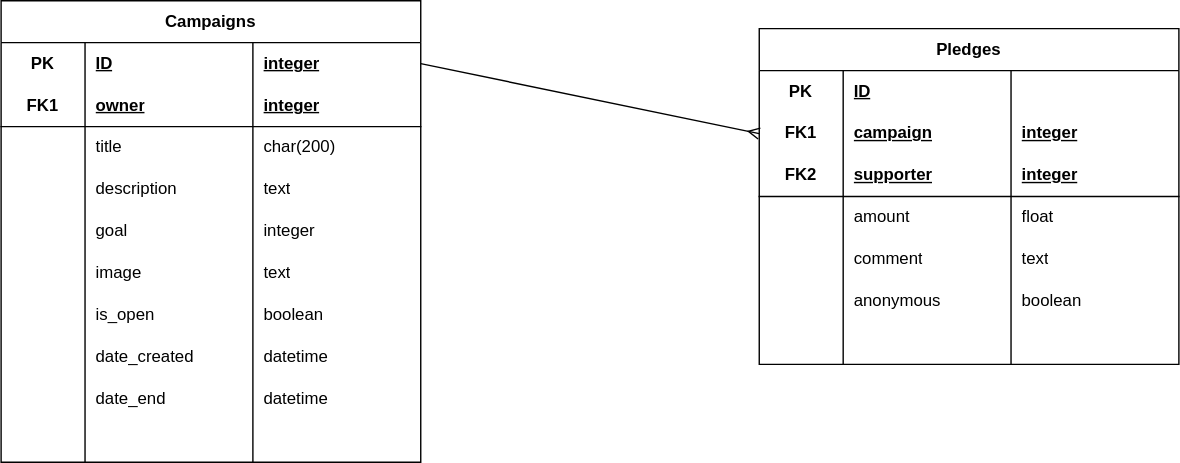
Before: database.drawio.svg, a diagram exported from draw.io (gudetamago/crowdfunding_backend). Source tidied: cells renumbered, new cells last; positions are measured from the earlier drawing's top-left corner, leaving out a move shared by most shapes.
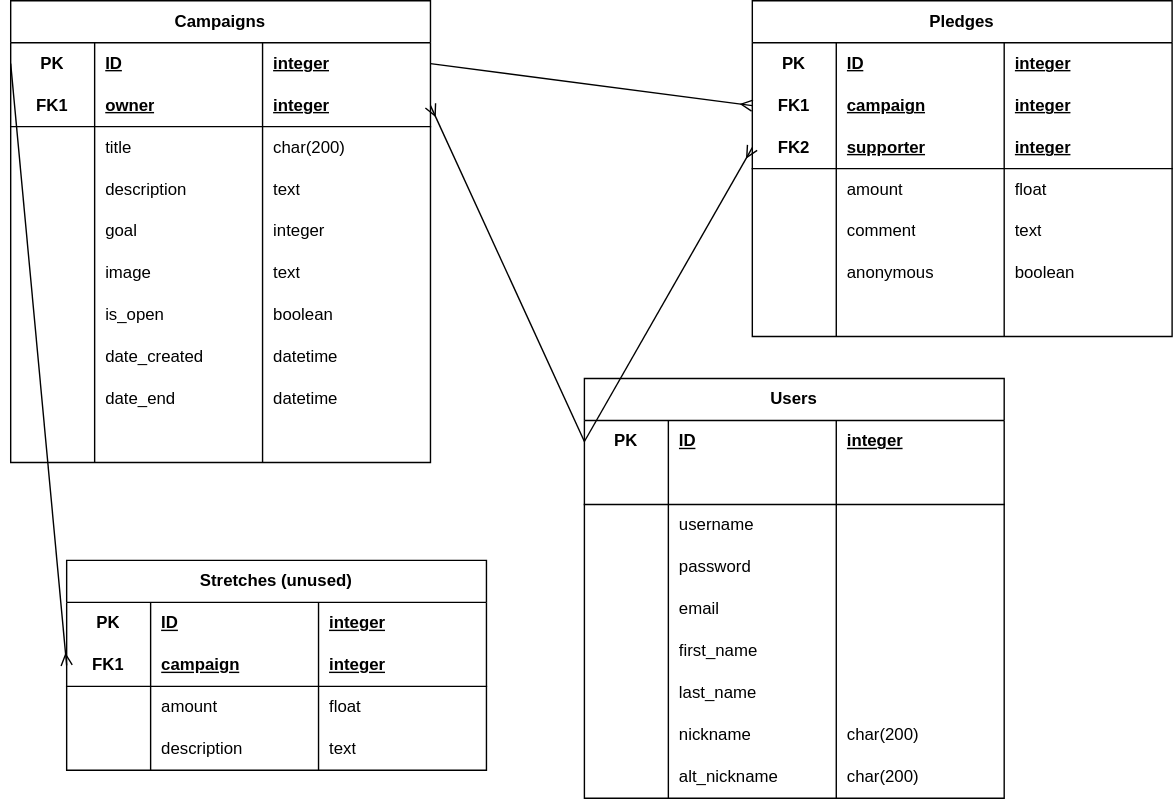
The same diagram one commit later.

Commit message:
Updated database drawing and README

What changed in the source:
```diff
@@ -3,7 +3,7 @@
     <mxCell id="0" />
     <mxCell id="1" parent="0" />
     <mxCell id="2" value="Campaigns" style="shape=table;startSize=30;rowLines=0;fontStyle=1;align=center;html=1;whiteSpace=wrap;" parent="1" vertex="1">
-      <mxGeometry width="300" height="330" as="geometry" />
+      <mxGeometry x="-8" y="-10" width="300" height="330" as="geometry" />
     </mxCell>
     <mxCell id="3" style="shape=tableRow;horizontal=0;startSize=0;swimlaneHead=0;swimlaneBody=0;fillColor=none;points=[[0,0.5],[1,0.5]];portConstraint=eastwest;top=0;left=0;right=0;bottom=0;html=1;" parent="2" vertex="1">
       <mxGeometry y="30" width="300" height="30" as="geometry" />
@@ -126,7 +126,7 @@
       <mxGeometry x="180" width="120" height="30" as="geometry" />
     </mxCell>
     <mxCell id="43" value="Pledges" style="shape=table;startSize=30;rowLines=0;fontStyle=1;align=center;html=1;whiteSpace=wrap;" parent="1" vertex="1">
-      <mxGeometry x="542" y="20" width="300" height="240" as="geometry" />
+      <mxGeometry x="522" y="-10" width="300" height="240" as="geometry" />
     </mxCell>
     <mxCell id="44" style="shape=tableRow;horizontal=0;startSize=0;swimlaneHead=0;swimlaneBody=0;fillColor=none;top=0;left=0;right=0;bottom=0;html=1;" parent="43" vertex="1">
       <mxGeometry y="30" width="300" height="30" as="geometry" />
@@ -137,7 +137,7 @@
     <mxCell id="46" value="ID" style="shape=partialRectangle;fillColor=none;top=0;left=0;bottom=0;right=0;align=left;spacingLeft=6;fontStyle=5;overflow=hidden;html=1;whiteSpace=wrap;" parent="44" vertex="1">
       <mxGeometry x="60" width="120" height="30" as="geometry" />
     </mxCell>
-    <mxCell id="47" style="shape=partialRectangle;fillColor=none;top=0;left=0;bottom=0;right=0;align=left;spacingLeft=6;fontStyle=5;overflow=hidden;html=1;whiteSpace=wrap;" parent="44" vertex="1">
+    <mxCell id="47" value="integer" style="shape=partialRectangle;fillColor=none;top=0;left=0;bottom=0;right=0;align=left;spacingLeft=6;fontStyle=5;overflow=hidden;html=1;whiteSpace=wrap;" parent="44" vertex="1">
       <mxGeometry x="180" width="120" height="30" as="geometry" />
     </mxCell>
     <mxCell id="48" style="shape=tableRow;horizontal=0;startSize=0;swimlaneHead=0;swimlaneBody=0;fillColor=none;points=[[0,0.5],[1,0.5]];portConstraint=eastwest;top=0;left=0;right=0;bottom=0;html=1;" parent="43" vertex="1">
@@ -215,5 +215,176 @@
     <mxCell id="72" style="edgeStyle=none;html=1;entryX=0;entryY=0.5;entryDx=0;entryDy=0;exitX=1;exitY=0.5;exitDx=0;exitDy=0;endArrow=ERmany;endFill=0;" parent="1" edge="1" source="3" target="48">
       <mxGeometry relative="1" as="geometry" />
     </mxCell>
+    <mxCell id="73" value="Users" style="shape=table;startSize=30;rowLines=0;fontStyle=1;align=center;html=1;whiteSpace=wrap;" parent="1" vertex="1">
+      <mxGeometry x="402" y="260" width="300" height="300" as="geometry" />
+    </mxCell>
+    <mxCell id="74" style="shape=tableRow;horizontal=0;startSize=0;swimlaneHead=0;swimlaneBody=0;fillColor=none;points=[[0,0.5],[1,0.5]];portConstraint=eastwest;top=0;left=0;right=0;bottom=0;html=1;" parent="73" vertex="1">
+      <mxGeometry y="30" width="300" height="30" as="geometry" />
+    </mxCell>
+    <mxCell id="75" value="PK" style="shape=partialRectangle;fillColor=none;top=0;left=0;bottom=0;right=0;fontStyle=1;overflow=hidden;html=1;whiteSpace=wrap;" parent="74" vertex="1">
+      <mxGeometry width="60" height="30" as="geometry" />
+    </mxCell>
+    <mxCell id="76" value="ID" style="shape=partialRectangle;fillColor=none;top=0;left=0;bottom=0;right=0;align=left;spacingLeft=6;fontStyle=5;overflow=hidden;html=1;whiteSpace=wrap;" parent="74" vertex="1">
+      <mxGeometry x="60" width="120" height="30" as="geometry" />
+    </mxCell>
+    <mxCell id="77" value="integer" style="shape=partialRectangle;fillColor=none;top=0;left=0;bottom=0;right=0;align=left;spacingLeft=6;fontStyle=5;overflow=hidden;html=1;whiteSpace=wrap;" parent="74" vertex="1">
+      <mxGeometry x="180" width="120" height="30" as="geometry" />
+    </mxCell>
+    <mxCell id="78" style="shape=tableRow;horizontal=0;startSize=0;swimlaneHead=0;swimlaneBody=0;fillColor=none;top=0;left=0;right=0;bottom=1;html=1;" parent="73" vertex="1">
+      <mxGeometry y="60" width="300" height="30" as="geometry" />
+    </mxCell>
+    <mxCell id="79" style="shape=partialRectangle;fillColor=none;top=0;left=0;bottom=0;right=0;fontStyle=1;overflow=hidden;html=1;whiteSpace=wrap;" parent="78" vertex="1">
+      <mxGeometry width="60" height="30" as="geometry" />
+    </mxCell>
+    <mxCell id="80" style="shape=partialRectangle;fillColor=none;top=0;left=0;bottom=0;right=0;align=left;spacingLeft=6;fontStyle=5;overflow=hidden;html=1;whiteSpace=wrap;" parent="78" vertex="1">
+      <mxGeometry x="60" width="120" height="30" as="geometry" />
+    </mxCell>
+    <mxCell id="81" style="shape=partialRectangle;fillColor=none;top=0;left=0;bottom=0;right=0;align=left;spacingLeft=6;fontStyle=5;overflow=hidden;html=1;whiteSpace=wrap;" parent="78" vertex="1">
+      <mxGeometry x="180" width="120" height="30" as="geometry" />
+    </mxCell>
+    <mxCell id="82" style="shape=tableRow;horizontal=0;startSize=0;swimlaneHead=0;swimlaneBody=0;fillColor=none;top=0;left=0;right=0;bottom=0;html=1;" parent="73" vertex="1">
+      <mxGeometry y="90" width="300" height="30" as="geometry" />
+    </mxCell>
+    <mxCell id="83" style="shape=partialRectangle;fillColor=none;top=0;left=0;bottom=0;right=0;overflow=hidden;html=1;whiteSpace=wrap;" parent="82" vertex="1">
+      <mxGeometry width="60" height="30" as="geometry" />
+    </mxCell>
+    <mxCell id="84" value="username" style="shape=partialRectangle;fillColor=none;top=0;left=0;bottom=0;right=0;align=left;spacingLeft=6;overflow=hidden;html=1;whiteSpace=wrap;" parent="82" vertex="1">
+      <mxGeometry x="60" width="120" height="30" as="geometry" />
+    </mxCell>
+    <mxCell id="85" style="shape=partialRectangle;fillColor=none;top=0;left=0;bottom=0;right=0;align=left;spacingLeft=6;overflow=hidden;html=1;whiteSpace=wrap;" parent="82" vertex="1">
+      <mxGeometry x="180" width="120" height="30" as="geometry" />
+    </mxCell>
+    <mxCell id="86" style="shape=tableRow;horizontal=0;startSize=0;swimlaneHead=0;swimlaneBody=0;fillColor=none;top=0;left=0;right=0;bottom=0;html=1;" parent="73" vertex="1">
+      <mxGeometry y="120" width="300" height="30" as="geometry" />
+    </mxCell>
+    <mxCell id="87" style="shape=partialRectangle;fillColor=none;top=0;left=0;bottom=0;right=0;overflow=hidden;html=1;whiteSpace=wrap;" parent="86" vertex="1">
+      <mxGeometry width="60" height="30" as="geometry" />
+    </mxCell>
+    <mxCell id="88" value="password" style="shape=partialRectangle;fillColor=none;top=0;left=0;bottom=0;right=0;align=left;spacingLeft=6;overflow=hidden;html=1;whiteSpace=wrap;" parent="86" vertex="1">
+      <mxGeometry x="60" width="120" height="30" as="geometry" />
+    </mxCell>
+    <mxCell id="89" style="shape=partialRectangle;fillColor=none;top=0;left=0;bottom=0;right=0;align=left;spacingLeft=6;overflow=hidden;html=1;whiteSpace=wrap;" parent="86" vertex="1">
+      <mxGeometry x="180" width="120" height="30" as="geometry" />
+    </mxCell>
+    <mxCell id="90" style="shape=tableRow;horizontal=0;startSize=0;swimlaneHead=0;swimlaneBody=0;fillColor=none;top=0;left=0;right=0;bottom=0;html=1;" parent="73" vertex="1">
+      <mxGeometry y="150" width="300" height="30" as="geometry" />
+    </mxCell>
+    <mxCell id="91" style="shape=partialRectangle;fillColor=none;top=0;left=0;bottom=0;right=0;overflow=hidden;html=1;whiteSpace=wrap;" parent="90" vertex="1">
+      <mxGeometry width="60" height="30" as="geometry" />
+    </mxCell>
+    <mxCell id="92" value="email" style="shape=partialRectangle;fillColor=none;top=0;left=0;bottom=0;right=0;align=left;spacingLeft=6;overflow=hidden;html=1;whiteSpace=wrap;" parent="90" vertex="1">
+      <mxGeometry x="60" width="120" height="30" as="geometry" />
+    </mxCell>
+    <mxCell id="93" style="shape=partialRectangle;fillColor=none;top=0;left=0;bottom=0;right=0;align=left;spacingLeft=6;overflow=hidden;html=1;whiteSpace=wrap;" parent="90" vertex="1">
+      <mxGeometry x="180" width="120" height="30" as="geometry" />
+    </mxCell>
+    <mxCell id="94" style="shape=tableRow;horizontal=0;startSize=0;swimlaneHead=0;swimlaneBody=0;fillColor=none;top=0;left=0;right=0;bottom=0;html=1;" parent="73" vertex="1">
+      <mxGeometry y="180" width="300" height="30" as="geometry" />
+    </mxCell>
+    <mxCell id="95" style="shape=partialRectangle;fillColor=none;top=0;left=0;bottom=0;right=0;overflow=hidden;html=1;whiteSpace=wrap;" parent="94" vertex="1">
+      <mxGeometry width="60" height="30" as="geometry" />
+    </mxCell>
+    <mxCell id="96" value="first_name" style="shape=partialRectangle;fillColor=none;top=0;left=0;bottom=0;right=0;align=left;spacingLeft=6;overflow=hidden;html=1;whiteSpace=wrap;" parent="94" vertex="1">
+      <mxGeometry x="60" width="120" height="30" as="geometry" />
+    </mxCell>
+    <mxCell id="97" style="shape=partialRectangle;fillColor=none;top=0;left=0;bottom=0;right=0;align=left;spacingLeft=6;overflow=hidden;html=1;whiteSpace=wrap;" parent="94" vertex="1">
+      <mxGeometry x="180" width="120" height="30" as="geometry" />
+    </mxCell>
+    <mxCell id="98" style="shape=tableRow;horizontal=0;startSize=0;swimlaneHead=0;swimlaneBody=0;fillColor=none;top=0;left=0;right=0;bottom=0;html=1;" parent="73" vertex="1">
+      <mxGeometry y="210" width="300" height="30" as="geometry" />
+    </mxCell>
+    <mxCell id="99" style="shape=partialRectangle;fillColor=none;top=0;left=0;bottom=0;right=0;overflow=hidden;html=1;whiteSpace=wrap;" parent="98" vertex="1">
+      <mxGeometry width="60" height="30" as="geometry" />
+    </mxCell>
+    <mxCell id="100" value="last_name" style="shape=partialRectangle;fillColor=none;top=0;left=0;bottom=0;right=0;align=left;spacingLeft=6;overflow=hidden;html=1;whiteSpace=wrap;" parent="98" vertex="1">
+      <mxGeometry x="60" width="120" height="30" as="geometry" />
+    </mxCell>
+    <mxCell id="101" style="shape=partialRectangle;fillColor=none;top=0;left=0;bottom=0;right=0;align=left;spacingLeft=6;overflow=hidden;html=1;whiteSpace=wrap;" parent="98" vertex="1">
+      <mxGeometry x="180" width="120" height="30" as="geometry" />
+    </mxCell>
+    <mxCell id="102" style="shape=tableRow;horizontal=0;startSize=0;swimlaneHead=0;swimlaneBody=0;fillColor=none;top=0;left=0;right=0;bottom=0;html=1;" parent="73" vertex="1">
+      <mxGeometry y="240" width="300" height="30" as="geometry" />
+    </mxCell>
+    <mxCell id="103" style="shape=partialRectangle;fillColor=none;top=0;left=0;bottom=0;right=0;overflow=hidden;html=1;whiteSpace=wrap;" parent="102" vertex="1">
+      <mxGeometry width="60" height="30" as="geometry" />
+    </mxCell>
+    <mxCell id="104" value="nickname" style="shape=partialRectangle;fillColor=none;top=0;left=0;bottom=0;right=0;align=left;spacingLeft=6;overflow=hidden;html=1;whiteSpace=wrap;" parent="102" vertex="1">
+      <mxGeometry x="60" width="120" height="30" as="geometry" />
+    </mxCell>
+    <mxCell id="105" value="char(200)" style="shape=partialRectangle;fillColor=none;top=0;left=0;bottom=0;right=0;align=left;spacingLeft=6;overflow=hidden;html=1;whiteSpace=wrap;" parent="102" vertex="1">
+      <mxGeometry x="180" width="120" height="30" as="geometry" />
+    </mxCell>
+    <mxCell id="106" style="shape=tableRow;horizontal=0;startSize=0;swimlaneHead=0;swimlaneBody=0;fillColor=none;top=0;left=0;right=0;bottom=0;html=1;" parent="73" vertex="1">
+      <mxGeometry y="270" width="300" height="30" as="geometry" />
+    </mxCell>
+    <mxCell id="107" style="shape=partialRectangle;fillColor=none;top=0;left=0;bottom=0;right=0;overflow=hidden;html=1;whiteSpace=wrap;" parent="106" vertex="1">
+      <mxGeometry width="60" height="30" as="geometry" />
+    </mxCell>
+    <mxCell id="108" value="alt_nickname" style="shape=partialRectangle;fillColor=none;top=0;left=0;bottom=0;right=0;align=left;spacingLeft=6;overflow=hidden;html=1;whiteSpace=wrap;" parent="106" vertex="1">
+      <mxGeometry x="60" width="120" height="30" as="geometry" />
+    </mxCell>
+    <mxCell id="109" value="char(200)" style="shape=partialRectangle;fillColor=none;top=0;left=0;bottom=0;right=0;align=left;spacingLeft=6;overflow=hidden;html=1;whiteSpace=wrap;" parent="106" vertex="1">
+      <mxGeometry x="180" width="120" height="30" as="geometry" />
+    </mxCell>
+    <mxCell id="110" style="edgeStyle=none;html=1;exitX=0;exitY=0.5;exitDx=0;exitDy=0;entryX=0;entryY=0.5;entryDx=0;entryDy=0;startArrow=ERmany;startFill=0;endArrow=none;endFill=0;" parent="1" edge="1" source="52" target="74">
+      <mxGeometry relative="1" as="geometry" />
+    </mxCell>
+    <mxCell id="111" style="edgeStyle=none;html=1;exitX=1;exitY=0.5;exitDx=0;exitDy=0;entryX=0;entryY=0.5;entryDx=0;entryDy=0;startArrow=ERmany;startFill=0;endArrow=none;endFill=0;" parent="1" edge="1" source="7" target="74">
+      <mxGeometry relative="1" as="geometry" />
+    </mxCell>
+    <mxCell id="112" value="Stretches (unused)" style="shape=table;startSize=30;rowLines=0;fontStyle=1;align=center;html=1;whiteSpace=wrap;" parent="1" vertex="1">
+      <mxGeometry x="32" y="390" width="300" height="150" as="geometry" />
+    </mxCell>
+    <mxCell id="113" style="shape=tableRow;horizontal=0;startSize=0;swimlaneHead=0;swimlaneBody=0;fillColor=none;top=0;left=0;right=0;bottom=0;html=1;" parent="112" vertex="1">
+      <mxGeometry y="30" width="300" height="30" as="geometry" />
+    </mxCell>
+    <mxCell id="114" value="PK" style="shape=partialRectangle;fillColor=none;top=0;left=0;bottom=0;right=0;fontStyle=1;overflow=hidden;html=1;whiteSpace=wrap;" parent="113" vertex="1">
+      <mxGeometry width="60" height="30" as="geometry" />
+    </mxCell>
+    <mxCell id="115" value="ID" style="shape=partialRectangle;fillColor=none;top=0;left=0;bottom=0;right=0;align=left;spacingLeft=6;fontStyle=5;overflow=hidden;html=1;whiteSpace=wrap;" parent="113" vertex="1">
+      <mxGeometry x="60" width="120" height="30" as="geometry" />
+    </mxCell>
+    <mxCell id="116" value="integer" style="shape=partialRectangle;fillColor=none;top=0;left=0;bottom=0;right=0;align=left;spacingLeft=6;fontStyle=5;overflow=hidden;html=1;whiteSpace=wrap;" parent="113" vertex="1">
+      <mxGeometry x="180" width="120" height="30" as="geometry" />
+    </mxCell>
+    <mxCell id="117" style="shape=tableRow;horizontal=0;startSize=0;swimlaneHead=0;swimlaneBody=0;fillColor=none;points=[[0,0.5],[1,0.5]];portConstraint=eastwest;top=0;left=0;right=0;bottom=1;html=1;" parent="112" vertex="1">
+      <mxGeometry y="60" width="300" height="30" as="geometry" />
+    </mxCell>
+    <mxCell id="118" value="FK1" style="shape=partialRectangle;fillColor=none;top=0;left=0;bottom=0;right=0;fontStyle=1;overflow=hidden;html=1;whiteSpace=wrap;" parent="117" vertex="1">
+      <mxGeometry width="60" height="30" as="geometry" />
+    </mxCell>
+    <mxCell id="119" value="campaign" style="shape=partialRectangle;fillColor=none;top=0;left=0;bottom=0;right=0;align=left;spacingLeft=6;fontStyle=5;overflow=hidden;html=1;whiteSpace=wrap;" parent="117" vertex="1">
+      <mxGeometry x="60" width="120" height="30" as="geometry" />
+    </mxCell>
+    <mxCell id="120" value="integer" style="shape=partialRectangle;fillColor=none;top=0;left=0;bottom=0;right=0;align=left;spacingLeft=6;fontStyle=5;overflow=hidden;html=1;whiteSpace=wrap;" parent="117" vertex="1">
+      <mxGeometry x="180" width="120" height="30" as="geometry" />
+    </mxCell>
+    <mxCell id="121" style="shape=tableRow;horizontal=0;startSize=0;swimlaneHead=0;swimlaneBody=0;fillColor=none;top=0;left=0;right=0;bottom=0;html=1;" parent="112" vertex="1">
+      <mxGeometry y="90" width="300" height="30" as="geometry" />
+    </mxCell>
+    <mxCell id="122" style="shape=partialRectangle;fillColor=none;top=0;left=0;bottom=0;right=0;overflow=hidden;html=1;whiteSpace=wrap;" parent="121" vertex="1">
+      <mxGeometry width="60" height="30" as="geometry" />
+    </mxCell>
+    <mxCell id="123" value="amount" style="shape=partialRectangle;fillColor=none;top=0;left=0;bottom=0;right=0;align=left;spacingLeft=6;overflow=hidden;html=1;whiteSpace=wrap;" parent="121" vertex="1">
+      <mxGeometry x="60" width="120" height="30" as="geometry" />
+    </mxCell>
+    <mxCell id="124" value="float" style="shape=partialRectangle;fillColor=none;top=0;left=0;bottom=0;right=0;align=left;spacingLeft=6;overflow=hidden;html=1;whiteSpace=wrap;" parent="121" vertex="1">
+      <mxGeometry x="180" width="120" height="30" as="geometry" />
+    </mxCell>
+    <mxCell id="125" style="shape=tableRow;horizontal=0;startSize=0;swimlaneHead=0;swimlaneBody=0;fillColor=none;top=0;left=0;right=0;bottom=0;html=1;" parent="112" vertex="1">
+      <mxGeometry y="120" width="300" height="30" as="geometry" />
+    </mxCell>
+    <mxCell id="126" style="shape=partialRectangle;fillColor=none;top=0;left=0;bottom=0;right=0;overflow=hidden;html=1;whiteSpace=wrap;" parent="125" vertex="1">
+      <mxGeometry width="60" height="30" as="geometry" />
+    </mxCell>
+    <mxCell id="127" value="description" style="shape=partialRectangle;fillColor=none;top=0;left=0;bottom=0;right=0;align=left;spacingLeft=6;overflow=hidden;html=1;whiteSpace=wrap;" parent="125" vertex="1">
+      <mxGeometry x="60" width="120" height="30" as="geometry" />
+    </mxCell>
+    <mxCell id="128" value="text" style="shape=partialRectangle;fillColor=none;top=0;left=0;bottom=0;right=0;align=left;spacingLeft=6;overflow=hidden;html=1;whiteSpace=wrap;" parent="125" vertex="1">
+      <mxGeometry x="180" width="120" height="30" as="geometry" />
+    </mxCell>
+    <mxCell id="129" style="edgeStyle=none;html=1;exitX=0;exitY=0.5;exitDx=0;exitDy=0;entryX=0;entryY=0.5;entryDx=0;entryDy=0;endArrow=none;endFill=0;startArrow=ERmany;startFill=0;" parent="1" edge="1" source="117" target="3">
+      <mxGeometry relative="1" as="geometry" />
+    </mxCell>
   </root>
 </mxGraphModel>
```
